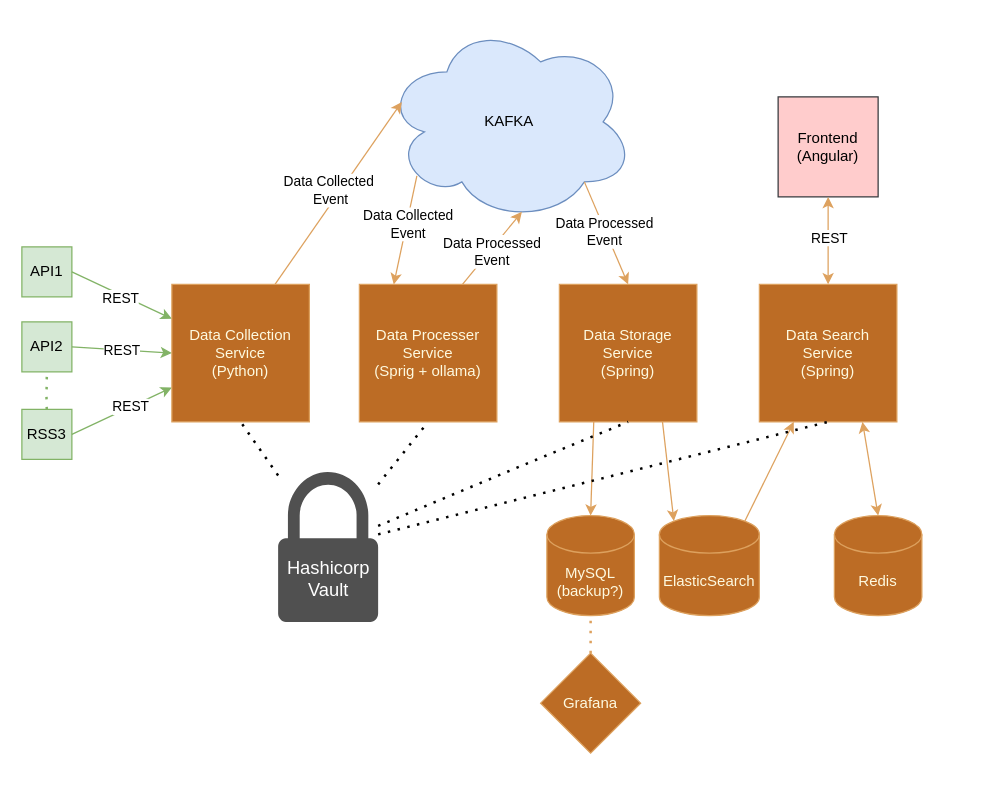
This is ProjectArchitecture.drawio from CzumperBirds/CzumperSearch, a draw.io file, before an edit. Source tidied: cells renumbered, new cells numbered last; positions are measured from the earlier drawing's top-left corner, leaving out a move shared by most shapes. Both pictures are drawn from the tidied source at 125%, with x=0, y=0 at pixel (21, 21).
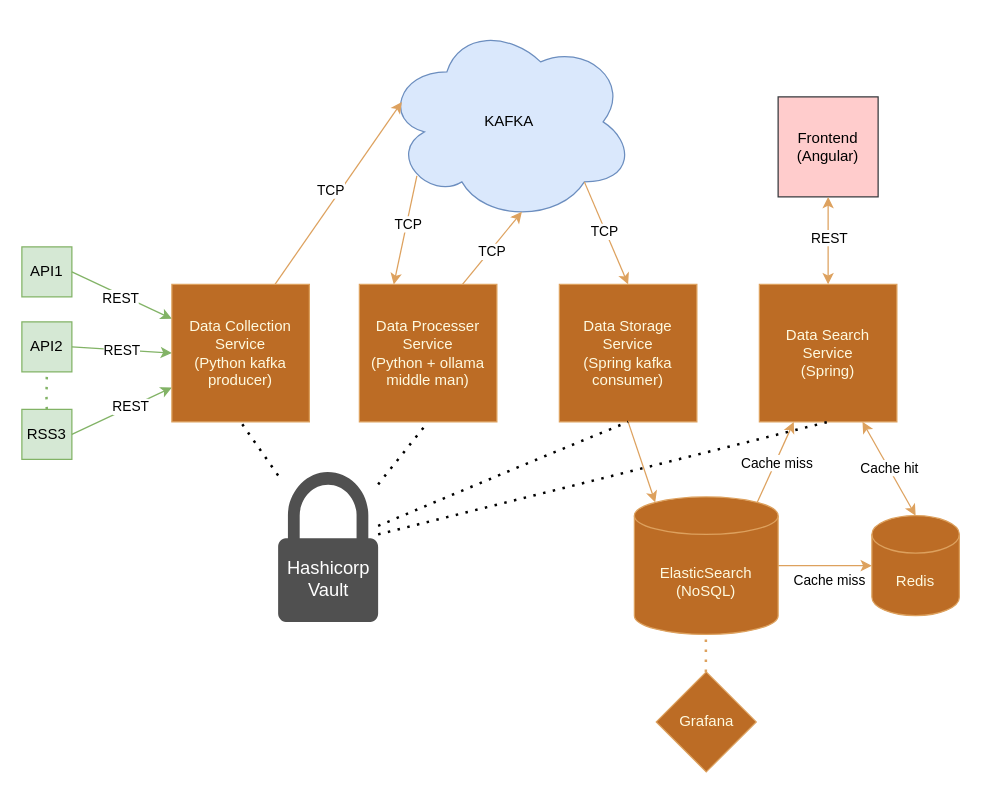
After the change.

Unchanged cells that the change refers to:
```xml
<mxCell id="14" style="endArrow=classic;html=1;rounded=0;strokeColor=#DDA15E;fontColor=#FEFAE0;fillColor=#BC6C25;exitX=0.75;exitY=0;exitDx=0;exitDy=0;entryX=0.07;entryY=0.4;entryDx=0;entryDy=0;entryPerimeter=0;" parent="1" edge="1" source="13" target="6">
  <mxGeometry relative="1" as="geometry" />
</mxCell>
<mxCell id="17" style="endArrow=classic;html=1;rounded=0;strokeColor=#DDA15E;fontColor=#FEFAE0;fillColor=#BC6C25;exitX=0.13;exitY=0.77;exitDx=0;exitDy=0;exitPerimeter=0;entryX=0.25;entryY=0;entryDx=0;entryDy=0;" parent="1" edge="1" source="6" target="16">
  <mxGeometry relative="1" as="geometry" />
</mxCell>
<mxCell id="21" style="endArrow=classic;html=1;rounded=0;strokeColor=#DDA15E;fontColor=#FEFAE0;fillColor=#BC6C25;exitX=0.75;exitY=0;exitDx=0;exitDy=0;entryX=0.55;entryY=0.95;entryDx=0;entryDy=0;entryPerimeter=0;" parent="1" edge="1" source="16" target="6">
  <mxGeometry relative="1" as="geometry" />
</mxCell>
<mxCell id="24" style="endArrow=classic;html=1;rounded=0;strokeColor=#DDA15E;fontColor=#FEFAE0;fillColor=#BC6C25;exitX=0.8;exitY=0.8;exitDx=0;exitDy=0;entryX=0.5;entryY=0;entryDx=0;entryDy=0;exitPerimeter=0;" parent="1" edge="1" source="6" target="20">
  <mxGeometry relative="1" as="geometry" />
</mxCell>
<mxCell id="35" style="endArrow=classic;html=1;rounded=0;strokeColor=#DDA15E;fontColor=#FEFAE0;fillColor=#BC6C25;exitX=0.855;exitY=0;exitDx=0;exitDy=4.35;exitPerimeter=0;entryX=0.25;entryY=1;entryDx=0;entryDy=0;" parent="1" edge="1" source="19" target="29">
  <mxGeometry relative="1" as="geometry" />
</mxCell>
<mxCell id="36" style="endArrow=classic;startArrow=classic;html=1;rounded=0;strokeColor=#DDA15E;fontColor=#FEFAE0;fillColor=#BC6C25;entryX=0.75;entryY=1;entryDx=0;entryDy=0;exitX=0.5;exitY=0;exitDx=0;exitDy=0;exitPerimeter=0;" parent="1" edge="1" source="27" target="29">
  <mxGeometry relative="1" as="geometry" />
</mxCell>
```

Change to the diagram source:
```diff
@@
-    <mxCell id="13" value="Data Collection Service&lt;div&gt;(Python)&lt;/div&gt;" style="whiteSpace=wrap;html=1;strokeColor=#DDA15E;fontColor=#FEFAE0;fillColor=#BC6C25;" parent="1" vertex="1">
+    <mxCell id="13" value="Data Collection Service&lt;div&gt;(Python kafka producer)&lt;/div&gt;" style="whiteSpace=wrap;html=1;strokeColor=#DDA15E;fontColor=#FEFAE0;fillColor=#BC6C25;" parent="1" vertex="1">
       <mxGeometry x="120" y="210" width="110" height="110" as="geometry" />
     </mxCell>
@@
-    <mxCell id="15" value="&lt;font color=&quot;#000000&quot;&gt;Data Collected&amp;nbsp;&lt;/font&gt;&lt;div&gt;&lt;font color=&quot;#000000&quot;&gt;Event&lt;/font&gt;&lt;/div&gt;" style="edgeLabel;html=1;align=center;verticalAlign=middle;strokeColor=#DDA15E;fontColor=#FEFAE0;fillColor=#BC6C25;" parent="14" vertex="1">
+    <mxCell id="15" value="&lt;font color=&quot;#000000&quot;&gt;TCP&lt;/font&gt;" style="edgeLabel;html=1;align=center;verticalAlign=middle;strokeColor=#DDA15E;fontColor=#FEFAE0;fillColor=#BC6C25;" parent="14" vertex="1">
       <mxGeometry x="0.05" y="-2" relative="1" as="geometry">
         <mxPoint x="-11" as="offset" />
       </mxGeometry>
     </mxCell>
-    <mxCell id="16" value="Data Processer Service&lt;div&gt;(Sprig + ollama)&lt;/div&gt;" style="whiteSpace=wrap;html=1;strokeColor=#DDA15E;fontColor=#FEFAE0;fillColor=#BC6C25;" parent="1" vertex="1">
+    <mxCell id="16" value="Data Processer Service&lt;div&gt;(Python + ollama middle man)&lt;/div&gt;" style="whiteSpace=wrap;html=1;strokeColor=#DDA15E;fontColor=#FEFAE0;fillColor=#BC6C25;" parent="1" vertex="1">
       <mxGeometry x="270" y="210" width="110" height="110" as="geometry" />
     </mxCell>
@@
-    <mxCell id="18" value="&lt;font color=&quot;#000000&quot;&gt;Data Collected&lt;/font&gt;&lt;div&gt;&lt;font color=&quot;#000000&quot;&gt;Event&lt;/font&gt;&lt;/div&gt;" style="edgeLabel;html=1;align=center;verticalAlign=middle;strokeColor=#DDA15E;fontColor=#FEFAE0;fillColor=#BC6C25;" parent="17" vertex="1">
+    <mxCell id="18" value="&lt;font color=&quot;#000000&quot;&gt;TCP&lt;/font&gt;" style="edgeLabel;html=1;align=center;verticalAlign=middle;strokeColor=#DDA15E;fontColor=#FEFAE0;fillColor=#BC6C25;" parent="17" vertex="1">
       <mxGeometry x="-0.12" y="1" relative="1" as="geometry" />
     </mxCell>
-    <mxCell id="19" value="ElasticSearch" style="shape=cylinder3;whiteSpace=wrap;html=1;boundedLbl=1;backgroundOutline=1;size=15;strokeColor=#DDA15E;fontColor=#FEFAE0;fillColor=#BC6C25;" parent="1" vertex="1">
-      <mxGeometry x="510" y="395" width="80" height="80" as="geometry" />
+    <mxCell id="19" value="ElasticSearch&lt;div&gt;(NoSQL)&lt;/div&gt;" style="shape=cylinder3;whiteSpace=wrap;html=1;boundedLbl=1;backgroundOutline=1;size=15;strokeColor=#DDA15E;fontColor=#FEFAE0;fillColor=#BC6C25;" parent="1" vertex="1">
+      <mxGeometry x="490" y="380" width="115" height="110" as="geometry" />
     </mxCell>
-    <mxCell id="20" value="Data Storage&lt;div&gt;Service&lt;/div&gt;&lt;div&gt;(Spring)&lt;/div&gt;" style="whiteSpace=wrap;html=1;strokeColor=#DDA15E;fontColor=#FEFAE0;fillColor=#BC6C25;" parent="1" vertex="1">
+    <mxCell id="20" value="Data Storage&lt;div&gt;Service&lt;/div&gt;&lt;div&gt;(Spring kafka consumer)&lt;/div&gt;" style="whiteSpace=wrap;html=1;strokeColor=#DDA15E;fontColor=#FEFAE0;fillColor=#BC6C25;" parent="1" vertex="1">
       <mxGeometry x="430" y="210" width="110" height="110" as="geometry" />
     </mxCell>
@@
-    <mxCell id="23" value="&lt;font color=&quot;#000000&quot;&gt;Data Processed&lt;/font&gt;&lt;div&gt;&lt;font color=&quot;#000000&quot;&gt;Event&lt;/font&gt;&lt;/div&gt;" style="edgeLabel;html=1;align=center;verticalAlign=middle;strokeColor=#DDA15E;fontColor=#FEFAE0;fillColor=#BC6C25;" parent="21" vertex="1">
+    <mxCell id="23" value="&lt;font color=&quot;#000000&quot;&gt;TCP&lt;/font&gt;" style="edgeLabel;html=1;align=center;verticalAlign=middle;strokeColor=#DDA15E;fontColor=#FEFAE0;fillColor=#BC6C25;" parent="21" vertex="1">
       <mxGeometry x="-0.06" y="-1" relative="1" as="geometry" />
     </mxCell>
@@
-    <mxCell id="26" value="&lt;font color=&quot;#000000&quot;&gt;Data Processed&lt;/font&gt;&lt;div&gt;&lt;font color=&quot;#000000&quot;&gt;Event&lt;/font&gt;&lt;/div&gt;" style="edgeLabel;html=1;align=center;verticalAlign=middle;strokeColor=#DDA15E;fontColor=#FEFAE0;fillColor=#BC6C25;" parent="24" vertex="1">
+    <mxCell id="26" value="&lt;font color=&quot;#000000&quot;&gt;TCP&lt;/font&gt;" style="edgeLabel;html=1;align=center;verticalAlign=middle;strokeColor=#DDA15E;fontColor=#FEFAE0;fillColor=#BC6C25;" parent="24" vertex="1">
       <mxGeometry x="-0.06" y="-1" relative="1" as="geometry" />
     </mxCell>
     <mxCell id="27" value="Redis" style="shape=cylinder3;whiteSpace=wrap;html=1;boundedLbl=1;backgroundOutline=1;size=15;strokeColor=#DDA15E;fontColor=#FEFAE0;fillColor=#BC6C25;" parent="1" vertex="1">
-      <mxGeometry x="650" y="395" width="70" height="80" as="geometry" />
+      <mxGeometry x="680" y="395" width="70" height="80" as="geometry" />
     </mxCell>
-    <mxCell id="28" value="MySQL&lt;div&gt;(backup?)&lt;/div&gt;" style="shape=cylinder3;whiteSpace=wrap;html=1;boundedLbl=1;backgroundOutline=1;size=15;strokeColor=#DDA15E;fontColor=#FEFAE0;fillColor=#BC6C25;" parent="1" vertex="1">
-      <mxGeometry x="420" y="395" width="70" height="80" as="geometry" />
-    </mxCell>
@@
-    <mxCell id="33" style="endArrow=classic;html=1;rounded=0;strokeColor=#DDA15E;fontColor=#FEFAE0;fillColor=#BC6C25;exitX=0.25;exitY=1;exitDx=0;exitDy=0;entryX=0.5;entryY=0;entryDx=0;entryDy=0;entryPerimeter=0;" parent="1" edge="1" source="20" target="28">
-      <mxGeometry relative="1" as="geometry" />
-    </mxCell>
-    <mxCell id="34" style="endArrow=classic;html=1;rounded=0;strokeColor=#DDA15E;fontColor=#FEFAE0;fillColor=#BC6C25;exitX=0.75;exitY=1;exitDx=0;exitDy=0;entryX=0.145;entryY=0;entryDx=0;entryDy=4.35;entryPerimeter=0;" parent="1" edge="1" source="20" target="19">
+    <mxCell id="34" style="endArrow=classic;html=1;rounded=0;strokeColor=#DDA15E;fontColor=#FEFAE0;fillColor=#BC6C25;exitX=0.5;exitY=1;exitDx=0;exitDy=0;entryX=0.145;entryY=0;entryDx=0;entryDy=4.35;entryPerimeter=0;" parent="1" edge="1" source="20" target="19">
       <mxGeometry relative="1" as="geometry" />
     </mxCell>
@@
+    <mxCell id="46" value="Cache miss" style="edgeLabel;html=1;align=center;verticalAlign=middle;" parent="35" vertex="1">
+      <mxGeometry x="-0.02" y="-1" relative="1" as="geometry" />
+    </mxCell>
@@
+    <mxCell id="47" value="Cache hit" style="edgeLabel;html=1;align=center;verticalAlign=middle;" parent="36" vertex="1">
+      <mxGeometry x="0.03" relative="1" as="geometry" />
+    </mxCell>
     <mxCell id="37" value="Grafana" style="rhombus;whiteSpace=wrap;html=1;strokeColor=#DDA15E;fontColor=#FEFAE0;fillColor=#BC6C25;" parent="1" vertex="1">
-      <mxGeometry x="415" y="505" width="80" height="80" as="geometry" />
+      <mxGeometry x="507.5" y="520" width="80" height="80" as="geometry" />
     </mxCell>
-    <mxCell id="38" style="endArrow=none;dashed=1;html=1;dashPattern=1 3;strokeWidth=2;rounded=0;strokeColor=#DDA15E;fontColor=#FEFAE0;fillColor=#BC6C25;entryX=0.5;entryY=1;entryDx=0;entryDy=0;entryPerimeter=0;exitX=0.5;exitY=0;exitDx=0;exitDy=0;" parent="1" edge="1" target="28">
+    <mxCell id="38" style="endArrow=none;dashed=1;html=1;dashPattern=1 3;strokeWidth=2;rounded=0;strokeColor=#DDA15E;fontColor=#FEFAE0;fillColor=#BC6C25;entryX=0.5;entryY=1;entryDx=0;entryDy=0;entryPerimeter=0;exitX=0.5;exitY=0;exitDx=0;exitDy=0;" parent="1" edge="1">
       <mxGeometry relative="1" as="geometry">
-        <mxPoint x="455" y="505" as="sourcePoint" />
+        <mxPoint x="547.2" y="520" as="sourcePoint" />
+        <mxPoint x="547.2" y="490" as="targetPoint" />
       </mxGeometry>
     </mxCell>
@@
+    <mxCell id="48" style="endArrow=classic;html=1;rounded=0;exitX=1;exitY=0.5;exitDx=0;exitDy=0;exitPerimeter=0;entryX=0;entryY=0.5;entryDx=0;entryDy=0;entryPerimeter=0;fillColor=#ffe6cc;strokeColor=#DDA15E;" parent="1" edge="1" source="19" target="27">
+      <mxGeometry relative="1" as="geometry" />
+    </mxCell>
+    <mxCell id="49" value="Cache miss" style="edgeLabel;html=1;align=center;verticalAlign=middle;" parent="48" vertex="1">
+      <mxGeometry x="0.13" y="1" relative="1" as="geometry">
+        <mxPoint x="-2" y="12" as="offset" />
+      </mxGeometry>
+    </mxCell>
```
